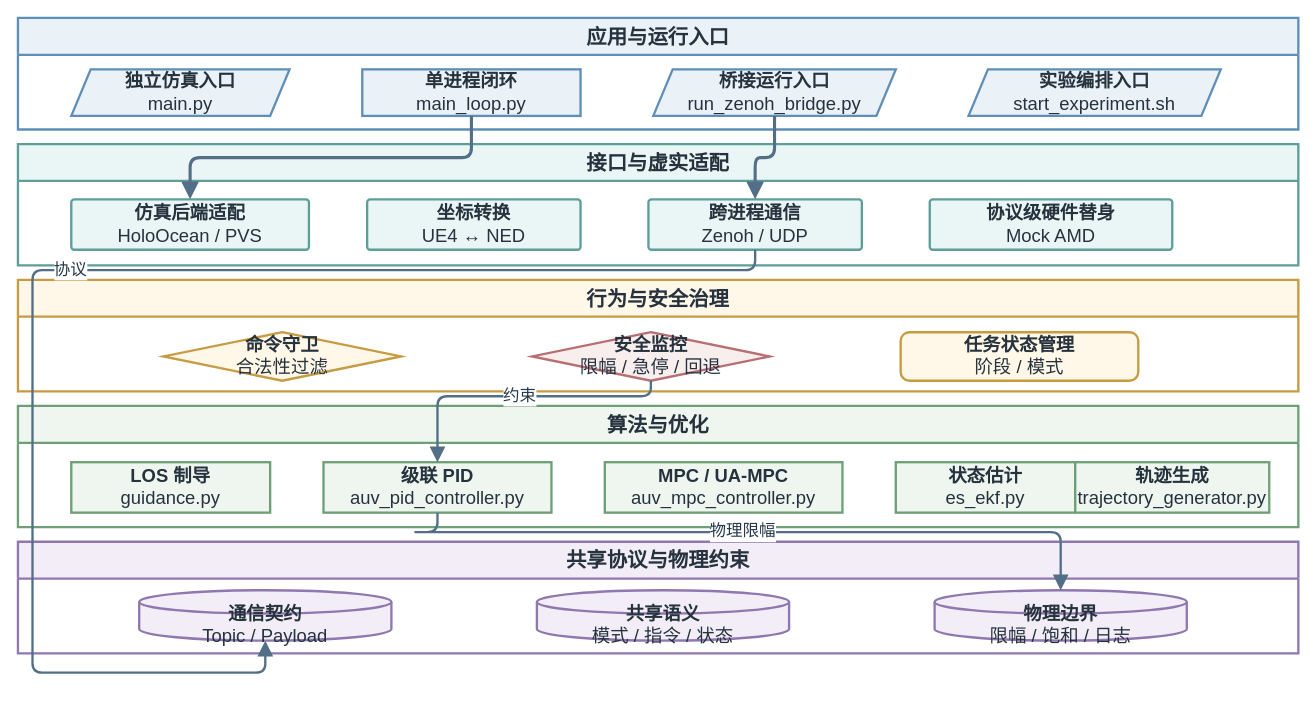
Before: docs/internals/figures/architecture/auv_code_layer_architecture.drawio in 360ZMEM/AUV-Master-Project, a draw.io diagram. Source tidied: cells renumbered, new cells numbered last; positions are measured from the earlier drawing's top-left corner, leaving out a move shared by most shapes. Both pictures are drawn from the tidied source at 97%, with x=0, y=0 at pixel (17, 17).
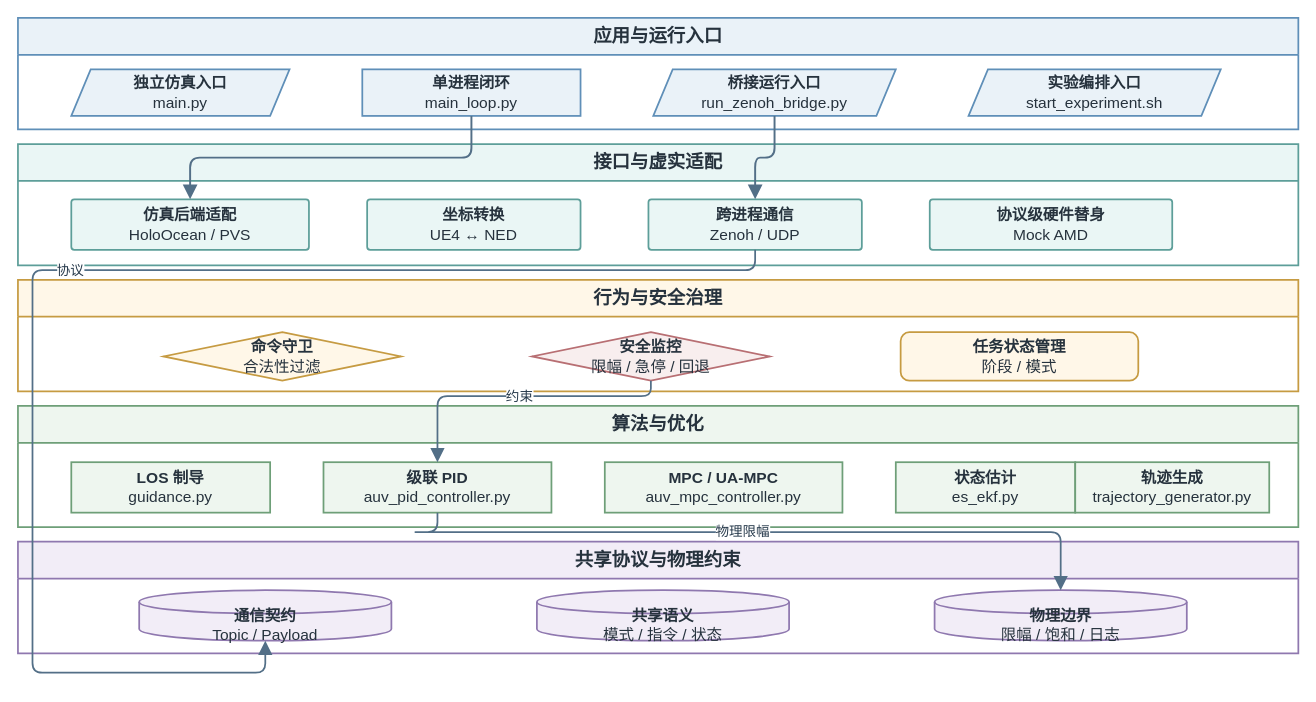
After the change.

Change to the diagram source:
```diff
@@
-    <mxCell id="2" value="应用与运行入口" style="swimlane;whiteSpace=wrap;html=1;startSize=38;rounded=0;fillColor=#EAF2F8;strokeColor=#5F8FB8;strokeWidth=2.4;fontFamily=Songti SC;fontSize=21;fontStyle=1;fontColor=#26323D;" parent="1" vertex="1">
+    <mxCell id="2" value="应用与运行入口" style="swimlane;whiteSpace=wrap;html=1;startSize=38;rounded=0;fillColor=#EAF2F8;strokeColor=#5F8FB8;strokeWidth=1.8;fontFamily=Songti SC;fontSize=19;fontStyle=1;fontColor=#26323D;" parent="1" vertex="1">
       <mxGeometry width="1320" height="115" as="geometry" />
     </mxCell>
-    <mxCell id="3" value="接口与虚实适配" style="swimlane;whiteSpace=wrap;html=1;startSize=38;rounded=0;fillColor=#EAF6F5;strokeColor=#5D9E99;strokeWidth=2.4;fontFamily=Songti SC;fontSize=21;fontStyle=1;fontColor=#26323D;" parent="1" vertex="1">
+    <mxCell id="3" value="接口与虚实适配" style="swimlane;whiteSpace=wrap;html=1;startSize=38;rounded=0;fillColor=#EAF6F5;strokeColor=#5D9E99;strokeWidth=1.8;fontFamily=Songti SC;fontSize=19;fontStyle=1;fontColor=#26323D;" parent="1" vertex="1">
       <mxGeometry y="130" width="1320" height="125" as="geometry" />
     </mxCell>
-    <mxCell id="4" value="行为与安全治理" style="swimlane;whiteSpace=wrap;html=1;startSize=38;rounded=0;fillColor=#FFF7E8;strokeColor=#C69B42;strokeWidth=2.4;fontFamily=Songti SC;fontSize=21;fontStyle=1;fontColor=#26323D;" parent="1" vertex="1">
+    <mxCell id="4" value="行为与安全治理" style="swimlane;whiteSpace=wrap;html=1;startSize=38;rounded=0;fillColor=#FFF7E8;strokeColor=#C69B42;strokeWidth=1.8;fontFamily=Songti SC;fontSize=19;fontStyle=1;fontColor=#26323D;" parent="1" vertex="1">
       <mxGeometry y="270" width="1320" height="115" as="geometry" />
     </mxCell>
-    <mxCell id="5" value="算法与优化" style="swimlane;whiteSpace=wrap;html=1;startSize=38;rounded=0;fillColor=#EEF6EF;strokeColor=#6E9F78;strokeWidth=2.4;fontFamily=Songti SC;fontSize=21;fontStyle=1;fontColor=#26323D;" parent="1" vertex="1">
+    <mxCell id="5" value="算法与优化" style="swimlane;whiteSpace=wrap;html=1;startSize=38;rounded=0;fillColor=#EEF6EF;strokeColor=#6E9F78;strokeWidth=1.8;fontFamily=Songti SC;fontSize=19;fontStyle=1;fontColor=#26323D;" parent="1" vertex="1">
       <mxGeometry y="400" width="1320" height="125" as="geometry" />
     </mxCell>
-    <mxCell id="6" value="共享协议与物理约束" style="swimlane;whiteSpace=wrap;html=1;startSize=38;rounded=0;fillColor=#F2EDF7;strokeColor=#8F78AF;strokeWidth=2.4;fontFamily=Songti SC;fontSize=21;fontStyle=1;fontColor=#26323D;" parent="1" vertex="1">
+    <mxCell id="6" value="共享协议与物理约束" style="swimlane;whiteSpace=wrap;html=1;startSize=38;rounded=0;fillColor=#F2EDF7;strokeColor=#8F78AF;strokeWidth=1.8;fontFamily=Songti SC;fontSize=19;fontStyle=1;fontColor=#26323D;" parent="1" vertex="1">
       <mxGeometry y="540" width="1320" height="115" as="geometry" />
     </mxCell>
-    <mxCell id="7" value="&lt;b&gt;独立仿真入口&lt;/b&gt;&lt;br&gt;main.py" style="shape=parallelogram;perimeter=parallelogramPerimeter;fixedSize=1;whiteSpace=wrap;html=1;align=center;verticalAlign=middle;fillColor=#EAF2F8;strokeColor=#5F8FB8;strokeWidth=2.4;spacing=8;fontFamily=Songti SC;fontSize=19;fontColor=#26323D;" parent="2" vertex="1">
+    <mxCell id="7" value="&lt;b&gt;独立仿真入口&lt;/b&gt;&lt;br&gt;main.py" style="shape=parallelogram;perimeter=parallelogramPerimeter;fixedSize=1;whiteSpace=wrap;html=1;align=center;verticalAlign=middle;fillColor=#EAF2F8;strokeColor=#5F8FB8;strokeWidth=1.8;spacing=8;fontFamily=Songti SC;fontSize=16;fontColor=#26323D;" parent="2" vertex="1">
       <mxGeometry x="55" y="53" width="225" height="48" as="geometry" />
     </mxCell>
-    <mxCell id="8" value="&lt;b&gt;单进程闭环&lt;/b&gt;&lt;br&gt;main_loop.py" style="rounded=0;whiteSpace=wrap;html=1;align=center;verticalAlign=middle;fillColor=#EAF2F8;strokeColor=#5F8FB8;strokeWidth=2.4;spacing=8;fontFamily=Songti SC;fontSize=19;fontColor=#26323D;" parent="2" vertex="1">
+    <mxCell id="8" value="&lt;b&gt;单进程闭环&lt;/b&gt;&lt;br&gt;main_loop.py" style="rounded=0;whiteSpace=wrap;html=1;align=center;verticalAlign=middle;fillColor=#EAF2F8;strokeColor=#5F8FB8;strokeWidth=1.8;spacing=8;fontFamily=Songti SC;fontSize=16;fontColor=#26323D;" parent="2" vertex="1">
       <mxGeometry x="355" y="53" width="225" height="48" as="geometry" />
     </mxCell>
-    <mxCell id="9" value="&lt;b&gt;桥接运行入口&lt;/b&gt;&lt;br&gt;run_zenoh_bridge.py" style="shape=parallelogram;perimeter=parallelogramPerimeter;fixedSize=1;whiteSpace=wrap;html=1;align=center;verticalAlign=middle;fillColor=#EAF2F8;strokeColor=#5F8FB8;strokeWidth=2.4;spacing=8;fontFamily=Songti SC;fontSize=19;fontColor=#26323D;" parent="2" vertex="1">
+    <mxCell id="9" value="&lt;b&gt;桥接运行入口&lt;/b&gt;&lt;br&gt;run_zenoh_bridge.py" style="shape=parallelogram;perimeter=parallelogramPerimeter;fixedSize=1;whiteSpace=wrap;html=1;align=center;verticalAlign=middle;fillColor=#EAF2F8;strokeColor=#5F8FB8;strokeWidth=1.8;spacing=8;fontFamily=Songti SC;fontSize=16;fontColor=#26323D;" parent="2" vertex="1">
       <mxGeometry x="655" y="53" width="250" height="48" as="geometry" />
     </mxCell>
-    <mxCell id="10" value="&lt;b&gt;实验编排入口&lt;/b&gt;&lt;br&gt;start_experiment.sh" style="shape=parallelogram;perimeter=parallelogramPerimeter;fixedSize=1;whiteSpace=wrap;html=1;align=center;verticalAlign=middle;fillColor=#EAF2F8;strokeColor=#5F8FB8;strokeWidth=2.4;spacing=8;fontFamily=Songti SC;fontSize=19;fontColor=#26323D;" parent="2" vertex="1">
+    <mxCell id="10" value="&lt;b&gt;实验编排入口&lt;/b&gt;&lt;br&gt;start_experiment.sh" style="shape=parallelogram;perimeter=parallelogramPerimeter;fixedSize=1;whiteSpace=wrap;html=1;align=center;verticalAlign=middle;fillColor=#EAF2F8;strokeColor=#5F8FB8;strokeWidth=1.8;spacing=8;fontFamily=Songti SC;fontSize=16;fontColor=#26323D;" parent="2" vertex="1">
       <mxGeometry x="980" y="53" width="260" height="48" as="geometry" />
     </mxCell>
-    <mxCell id="11" value="&lt;b&gt;仿真后端适配&lt;/b&gt;&lt;br&gt;HoloOcean / PVS" style="rounded=1;arcSize=6;whiteSpace=wrap;html=1;align=center;verticalAlign=middle;fillColor=#EAF6F5;strokeColor=#5D9E99;strokeWidth=2.4;spacing=8;fontFamily=Songti SC;fontSize=19;fontColor=#26323D;" parent="3" vertex="1">
+    <mxCell id="11" value="&lt;b&gt;仿真后端适配&lt;/b&gt;&lt;br&gt;HoloOcean / PVS" style="rounded=1;arcSize=6;whiteSpace=wrap;html=1;align=center;verticalAlign=middle;fillColor=#EAF6F5;strokeColor=#5D9E99;strokeWidth=1.8;spacing=8;fontFamily=Songti SC;fontSize=16;fontColor=#26323D;" parent="3" vertex="1">
       <mxGeometry x="55" y="57" width="245" height="52" as="geometry" />
     </mxCell>
-    <mxCell id="12" value="&lt;b&gt;坐标转换&lt;/b&gt;&lt;br&gt;UE4 ↔ NED" style="rounded=1;arcSize=6;whiteSpace=wrap;html=1;align=center;verticalAlign=middle;fillColor=#EAF6F5;strokeColor=#5D9E99;strokeWidth=2.4;spacing=8;fontFamily=Songti SC;fontSize=19;fontColor=#26323D;" parent="3" vertex="1">
+    <mxCell id="12" value="&lt;b&gt;坐标转换&lt;/b&gt;&lt;br&gt;UE4 ↔ NED" style="rounded=1;arcSize=6;whiteSpace=wrap;html=1;align=center;verticalAlign=middle;fillColor=#EAF6F5;strokeColor=#5D9E99;strokeWidth=1.8;spacing=8;fontFamily=Songti SC;fontSize=16;fontColor=#26323D;" parent="3" vertex="1">
       <mxGeometry x="360" y="57" width="220" height="52" as="geometry" />
     </mxCell>
-    <mxCell id="13" value="&lt;b&gt;跨进程通信&lt;/b&gt;&lt;br&gt;Zenoh / UDP" style="rounded=1;arcSize=6;whiteSpace=wrap;html=1;align=center;verticalAlign=middle;fillColor=#EAF6F5;strokeColor=#5D9E99;strokeWidth=2.4;spacing=8;fontFamily=Songti SC;fontSize=19;fontColor=#26323D;" parent="3" vertex="1">
+    <mxCell id="13" value="&lt;b&gt;跨进程通信&lt;/b&gt;&lt;br&gt;Zenoh / UDP" style="rounded=1;arcSize=6;whiteSpace=wrap;html=1;align=center;verticalAlign=middle;fillColor=#EAF6F5;strokeColor=#5D9E99;strokeWidth=1.8;spacing=8;fontFamily=Songti SC;fontSize=16;fontColor=#26323D;" parent="3" vertex="1">
       <mxGeometry x="650" y="57" width="220" height="52" as="geometry" />
     </mxCell>
-    <mxCell id="14" value="&lt;b&gt;协议级硬件替身&lt;/b&gt;&lt;br&gt;Mock AMD" style="rounded=1;arcSize=6;whiteSpace=wrap;html=1;align=center;verticalAlign=middle;fillColor=#EAF6F5;strokeColor=#5D9E99;strokeWidth=2.4;spacing=8;fontFamily=Songti SC;fontSize=19;fontColor=#26323D;" parent="3" vertex="1">
+    <mxCell id="14" value="&lt;b&gt;协议级硬件替身&lt;/b&gt;&lt;br&gt;Mock AMD" style="rounded=1;arcSize=6;whiteSpace=wrap;html=1;align=center;verticalAlign=middle;fillColor=#EAF6F5;strokeColor=#5D9E99;strokeWidth=1.8;spacing=8;fontFamily=Songti SC;fontSize=16;fontColor=#26323D;" parent="3" vertex="1">
       <mxGeometry x="940" y="57" width="250" height="52" as="geometry" />
     </mxCell>
-    <mxCell id="15" value="&lt;b&gt;命令守卫&lt;/b&gt;&lt;br&gt;合法性过滤" style="rhombus;whiteSpace=wrap;html=1;align=center;verticalAlign=middle;fillColor=#FFF7E8;strokeColor=#C69B42;strokeWidth=2.4;spacing=8;fontFamily=Songti SC;fontSize=19;fontColor=#26323D;" parent="4" vertex="1">
+    <mxCell id="15" value="&lt;b&gt;命令守卫&lt;/b&gt;&lt;br&gt;合法性过滤" style="rhombus;whiteSpace=wrap;html=1;align=center;verticalAlign=middle;fillColor=#FFF7E8;strokeColor=#C69B42;strokeWidth=1.8;spacing=8;fontFamily=Songti SC;fontSize=16;fontColor=#26323D;" parent="4" vertex="1">
       <mxGeometry x="150" y="54" width="245" height="50" as="geometry" />
     </mxCell>
-    <mxCell id="16" value="&lt;b&gt;安全监控&lt;/b&gt;&lt;br&gt;限幅 / 急停 / 回退" style="rhombus;whiteSpace=wrap;html=1;align=center;verticalAlign=middle;fillColor=#F8EEEE;strokeColor=#B86F73;strokeWidth=2.4;spacing=8;fontFamily=Songti SC;fontSize=19;fontColor=#26323D;" parent="4" vertex="1">
+    <mxCell id="16" value="&lt;b&gt;安全监控&lt;/b&gt;&lt;br&gt;限幅 / 急停 / 回退" style="rhombus;whiteSpace=wrap;html=1;align=center;verticalAlign=middle;fillColor=#F8EEEE;strokeColor=#B86F73;strokeWidth=1.8;spacing=8;fontFamily=Songti SC;fontSize=16;fontColor=#26323D;" parent="4" vertex="1">
       <mxGeometry x="530" y="54" width="245" height="50" as="geometry" />
     </mxCell>
-    <mxCell id="17" value="&lt;b&gt;任务状态管理&lt;/b&gt;&lt;br&gt;阶段 / 模式" style="rounded=1;arcSize=18;whiteSpace=wrap;html=1;align=center;verticalAlign=middle;fillColor=#FFF7E8;strokeColor=#C69B42;strokeWidth=2.4;spacing=8;fontFamily=Songti SC;fontSize=19;fontColor=#26323D;" parent="4" vertex="1">
+    <mxCell id="17" value="&lt;b&gt;任务状态管理&lt;/b&gt;&lt;br&gt;阶段 / 模式" style="rounded=1;arcSize=18;whiteSpace=wrap;html=1;align=center;verticalAlign=middle;fillColor=#FFF7E8;strokeColor=#C69B42;strokeWidth=1.8;spacing=8;fontFamily=Songti SC;fontSize=16;fontColor=#26323D;" parent="4" vertex="1">
       <mxGeometry x="910" y="54" width="245" height="50" as="geometry" />
     </mxCell>
-    <mxCell id="18" value="&lt;b&gt;LOS 制导&lt;/b&gt;&lt;br&gt;guidance.py" style="rounded=0;whiteSpace=wrap;html=1;align=center;verticalAlign=middle;fillColor=#EEF6EF;strokeColor=#6E9F78;strokeWidth=2.4;spacing=8;fontFamily=Songti SC;fontSize=19;fontColor=#26323D;" parent="5" vertex="1">
+    <mxCell id="18" value="&lt;b&gt;LOS 制导&lt;/b&gt;&lt;br&gt;guidance.py" style="rounded=0;whiteSpace=wrap;html=1;align=center;verticalAlign=middle;fillColor=#EEF6EF;strokeColor=#6E9F78;strokeWidth=1.8;spacing=8;fontFamily=Songti SC;fontSize=16;fontColor=#26323D;" parent="5" vertex="1">
       <mxGeometry x="55" y="58" width="205" height="52" as="geometry" />
     </mxCell>
-    <mxCell id="19" value="&lt;b&gt;级联 PID&lt;/b&gt;&lt;br&gt;auv_pid_controller.py" style="rounded=0;whiteSpace=wrap;html=1;align=center;verticalAlign=middle;fillColor=#EEF6EF;strokeColor=#6E9F78;strokeWidth=2.4;spacing=8;fontFamily=Songti SC;fontSize=19;fontColor=#26323D;" parent="5" vertex="1">
+    <mxCell id="19" value="&lt;b&gt;级联 PID&lt;/b&gt;&lt;br&gt;auv_pid_controller.py" style="rounded=0;whiteSpace=wrap;html=1;align=center;verticalAlign=middle;fillColor=#EEF6EF;strokeColor=#6E9F78;strokeWidth=1.8;spacing=8;fontFamily=Songti SC;fontSize=16;fontColor=#26323D;" parent="5" vertex="1">
       <mxGeometry x="315" y="58" width="235" height="52" as="geometry" />
     </mxCell>
-    <mxCell id="20" value="&lt;b&gt;MPC / UA-MPC&lt;/b&gt;&lt;br&gt;auv_mpc_controller.py" style="rounded=0;whiteSpace=wrap;html=1;align=center;verticalAlign=middle;fillColor=#EEF6EF;strokeColor=#6E9F78;strokeWidth=2.4;spacing=8;fontFamily=Songti SC;fontSize=19;fontColor=#26323D;" parent="5" vertex="1">
+    <mxCell id="20" value="&lt;b&gt;MPC / UA-MPC&lt;/b&gt;&lt;br&gt;auv_mpc_controller.py" style="rounded=0;whiteSpace=wrap;html=1;align=center;verticalAlign=middle;fillColor=#EEF6EF;strokeColor=#6E9F78;strokeWidth=1.8;spacing=8;fontFamily=Songti SC;fontSize=16;fontColor=#26323D;" parent="5" vertex="1">
       <mxGeometry x="605" y="58" width="245" height="52" as="geometry" />
     </mxCell>
-    <mxCell id="21" value="&lt;b&gt;状态估计&lt;/b&gt;&lt;br&gt;es_ekf.py" style="rounded=0;whiteSpace=wrap;html=1;align=center;verticalAlign=middle;fillColor=#EEF6EF;strokeColor=#6E9F78;strokeWidth=2.4;spacing=8;fontFamily=Songti SC;fontSize=19;fontColor=#26323D;" parent="5" vertex="1">
+    <mxCell id="21" value="&lt;b&gt;状态估计&lt;/b&gt;&lt;br&gt;es_ekf.py" style="rounded=0;whiteSpace=wrap;html=1;align=center;verticalAlign=middle;fillColor=#EEF6EF;strokeColor=#6E9F78;strokeWidth=1.8;spacing=8;fontFamily=Songti SC;fontSize=16;fontColor=#26323D;" parent="5" vertex="1">
       <mxGeometry x="905" y="58" width="185" height="52" as="geometry" />
     </mxCell>
-    <mxCell id="22" value="&lt;b&gt;轨迹生成&lt;/b&gt;&lt;br&gt;trajectory_generator.py" style="rounded=0;whiteSpace=wrap;html=1;align=center;verticalAlign=middle;fillColor=#EEF6EF;strokeColor=#6E9F78;strokeWidth=2.4;spacing=8;fontFamily=Songti SC;fontSize=19;fontColor=#26323D;" parent="5" vertex="1">
+    <mxCell id="22" value="&lt;b&gt;轨迹生成&lt;/b&gt;&lt;br&gt;trajectory_generator.py" style="rounded=0;whiteSpace=wrap;html=1;align=center;verticalAlign=middle;fillColor=#EEF6EF;strokeColor=#6E9F78;strokeWidth=1.8;spacing=8;fontFamily=Songti SC;fontSize=16;fontColor=#26323D;" parent="5" vertex="1">
       <mxGeometry x="1090" y="58" width="200" height="52" as="geometry" />
     </mxCell>
-    <mxCell id="23" value="&lt;b&gt;通信契约&lt;/b&gt;&lt;br&gt;Topic / Payload" style="shape=cylinder3;boundedLbl=1;backgroundOutline=1;size=12;whiteSpace=wrap;html=1;align=center;verticalAlign=middle;fillColor=#F2EDF7;strokeColor=#8F78AF;strokeWidth=2.4;spacing=8;fontFamily=Songti SC;fontSize=19;fontColor=#26323D;" parent="6" vertex="1">
+    <mxCell id="23" value="&lt;b&gt;通信契约&lt;/b&gt;&lt;br&gt;Topic / Payload" style="shape=cylinder3;boundedLbl=1;backgroundOutline=1;size=12;whiteSpace=wrap;html=1;align=center;verticalAlign=middle;fillColor=#F2EDF7;strokeColor=#8F78AF;strokeWidth=1.8;spacing=8;fontFamily=Songti SC;fontSize=16;fontColor=#26323D;" parent="6" vertex="1">
       <mxGeometry x="125" y="50" width="260" height="52" as="geometry" />
     </mxCell>
-    <mxCell id="24" value="&lt;b&gt;共享语义&lt;/b&gt;&lt;br&gt;模式 / 指令 / 状态" style="shape=cylinder3;boundedLbl=1;backgroundOutline=1;size=12;whiteSpace=wrap;html=1;align=center;verticalAlign=middle;fillColor=#F2EDF7;strokeColor=#8F78AF;strokeWidth=2.4;spacing=8;fontFamily=Songti SC;fontSize=19;fontColor=#26323D;" parent="6" vertex="1">
+    <mxCell id="24" value="&lt;b&gt;共享语义&lt;/b&gt;&lt;br&gt;模式 / 指令 / 状态" style="shape=cylinder3;boundedLbl=1;backgroundOutline=1;size=12;whiteSpace=wrap;html=1;align=center;verticalAlign=middle;fillColor=#F2EDF7;strokeColor=#8F78AF;strokeWidth=1.8;spacing=8;fontFamily=Songti SC;fontSize=16;fontColor=#26323D;" parent="6" vertex="1">
       <mxGeometry x="535" y="50" width="260" height="52" as="geometry" />
     </mxCell>
-    <mxCell id="25" value="&lt;b&gt;物理边界&lt;/b&gt;&lt;br&gt;限幅 / 饱和 / 日志" style="shape=cylinder3;boundedLbl=1;backgroundOutline=1;size=12;whiteSpace=wrap;html=1;align=center;verticalAlign=middle;fillColor=#F2EDF7;strokeColor=#8F78AF;strokeWidth=2.4;spacing=8;fontFamily=Songti SC;fontSize=19;fontColor=#26323D;" parent="6" vertex="1">
+    <mxCell id="25" value="&lt;b&gt;物理边界&lt;/b&gt;&lt;br&gt;限幅 / 饱和 / 日志" style="shape=cylinder3;boundedLbl=1;backgroundOutline=1;size=12;whiteSpace=wrap;html=1;align=center;verticalAlign=middle;fillColor=#F2EDF7;strokeColor=#8F78AF;strokeWidth=1.8;spacing=8;fontFamily=Songti SC;fontSize=16;fontColor=#26323D;" parent="6" vertex="1">
       <mxGeometry x="945" y="50" width="260" height="52" as="geometry" />
     </mxCell>
-    <mxCell id="26" style="edgeStyle=orthogonalEdgeStyle;rounded=1;jettySize=auto;html=1;strokeColor=#536F87;strokeWidth=3.2;fontFamily=Songti SC;fontSize=18;fontStyle=1;fontColor=#25384A;labelBackgroundColor=#FFFFFF;labelBorderColor=none;endArrow=block;endFill=1;endSize=10;exitX=0.5;exitY=1;entryX=0.5;entryY=0;" parent="1" edge="1" source="8" target="11">
+    <mxCell id="26" style="edgeStyle=orthogonalEdgeStyle;rounded=1;jettySize=auto;html=1;strokeColor=#536F87;strokeWidth=2.0;fontFamily=Songti SC;fontSize=14;fontStyle=1;fontColor=#25384A;labelBackgroundColor=#FFFFFF;labelBorderColor=none;endArrow=block;endFill=1;endSize=10;exitX=0.5;exitY=1;entryX=0.5;entryY=0;" parent="1" edge="1" source="8" target="11">
       <mxGeometry relative="1" as="geometry" />
     </mxCell>
-    <mxCell id="27" style="edgeStyle=orthogonalEdgeStyle;rounded=1;jettySize=auto;html=1;strokeColor=#536F87;strokeWidth=3.2;fontFamily=Songti SC;fontSize=18;fontStyle=1;fontColor=#25384A;labelBackgroundColor=#FFFFFF;labelBorderColor=none;endArrow=block;endFill=1;endSize=10;exitX=0.5;exitY=1;entryX=0.5;entryY=0;" parent="1" edge="1" source="9" target="13">
+    <mxCell id="27" style="edgeStyle=orthogonalEdgeStyle;rounded=1;jettySize=auto;html=1;strokeColor=#536F87;strokeWidth=2.0;fontFamily=Songti SC;fontSize=14;fontStyle=1;fontColor=#25384A;labelBackgroundColor=#FFFFFF;labelBorderColor=none;endArrow=block;endFill=1;endSize=10;exitX=0.5;exitY=1;entryX=0.5;entryY=0;" parent="1" edge="1" source="9" target="13">
       <mxGeometry relative="1" as="geometry" />
     </mxCell>
-    <mxCell id="28" value="协议" style="edgeStyle=orthogonalEdgeStyle;rounded=1;jettySize=auto;html=1;strokeColor=#536F87;strokeWidth=2.4;fontFamily=Songti SC;fontSize=17;fontColor=#25384A;labelBackgroundColor=#FFFFFF;labelBorderColor=none;endArrow=block;endFill=1;endSize=10;exitX=0.5;exitY=1;entryX=0.5;entryY=1;" parent="1" edge="1" source="13" target="23">
+    <mxCell id="28" value="协议" style="edgeStyle=orthogonalEdgeStyle;rounded=1;jettySize=auto;html=1;strokeColor=#536F87;strokeWidth=1.8;fontFamily=Songti SC;fontSize=14;fontColor=#25384A;labelBackgroundColor=#FFFFFF;labelBorderColor=none;endArrow=block;endFill=1;endSize=10;exitX=0.5;exitY=1;entryX=0.5;entryY=1;" parent="1" edge="1" source="13" target="23">
       <mxGeometry relative="1" as="geometry">
         <Array as="points">
           <mxPoint x="760" y="260" />
           <mxPoint x="15" y="260" />
           <mxPoint x="15" y="675" />
           <mxPoint x="255" y="675" />
         </Array>
       </mxGeometry>
     </mxCell>
-    <mxCell id="29" value="约束" style="edgeStyle=orthogonalEdgeStyle;rounded=1;jettySize=auto;html=1;strokeColor=#536F87;strokeWidth=2.4;fontFamily=Songti SC;fontSize=17;fontColor=#25384A;labelBackgroundColor=#FFFFFF;labelBorderColor=none;endArrow=block;endFill=1;endSize=10;exitX=0.5;exitY=1;entryX=0.5;entryY=0;" parent="1" edge="1" source="16" target="19">
+    <mxCell id="29" value="约束" style="edgeStyle=orthogonalEdgeStyle;rounded=1;jettySize=auto;html=1;strokeColor=#536F87;strokeWidth=1.8;fontFamily=Songti SC;fontSize=14;fontColor=#25384A;labelBackgroundColor=#FFFFFF;labelBorderColor=none;endArrow=block;endFill=1;endSize=10;exitX=0.5;exitY=1;entryX=0.5;entryY=0;" parent="1" edge="1" source="16" target="19">
       <mxGeometry relative="1" as="geometry">
         <Array as="points">
           <mxPoint x="620" y="390" />
           <mxPoint x="405" y="390" />
         </Array>
       </mxGeometry>
     </mxCell>
-    <mxCell id="30" value="物理限幅" style="edgeStyle=orthogonalEdgeStyle;rounded=1;jettySize=auto;html=1;strokeColor=#536F87;strokeWidth=2.4;fontFamily=Songti SC;fontSize=17;fontColor=#25384A;labelBackgroundColor=#FFFFFF;labelBorderColor=none;endArrow=block;endFill=1;endSize=10;exitX=0.5;exitY=1;entryX=0.5;entryY=0;" parent="1" edge="1" source="19" target="25">
+    <mxCell id="30" value="物理限幅" style="edgeStyle=orthogonalEdgeStyle;rounded=1;jettySize=auto;html=1;strokeColor=#536F87;strokeWidth=1.8;fontFamily=Songti SC;fontSize=14;fontColor=#25384A;labelBackgroundColor=#FFFFFF;labelBorderColor=none;endArrow=block;endFill=1;endSize=10;exitX=0.5;exitY=1;entryX=0.5;entryY=0;" parent="1" edge="1" source="19" target="25">
       <mxGeometry relative="1" as="geometry">
         <Array as="points">
           <mxPoint x="405" y="530" />
           <mxPoint x="1045" y="530" />
         </Array>
       </mxGeometry>
     </mxCell>
```
